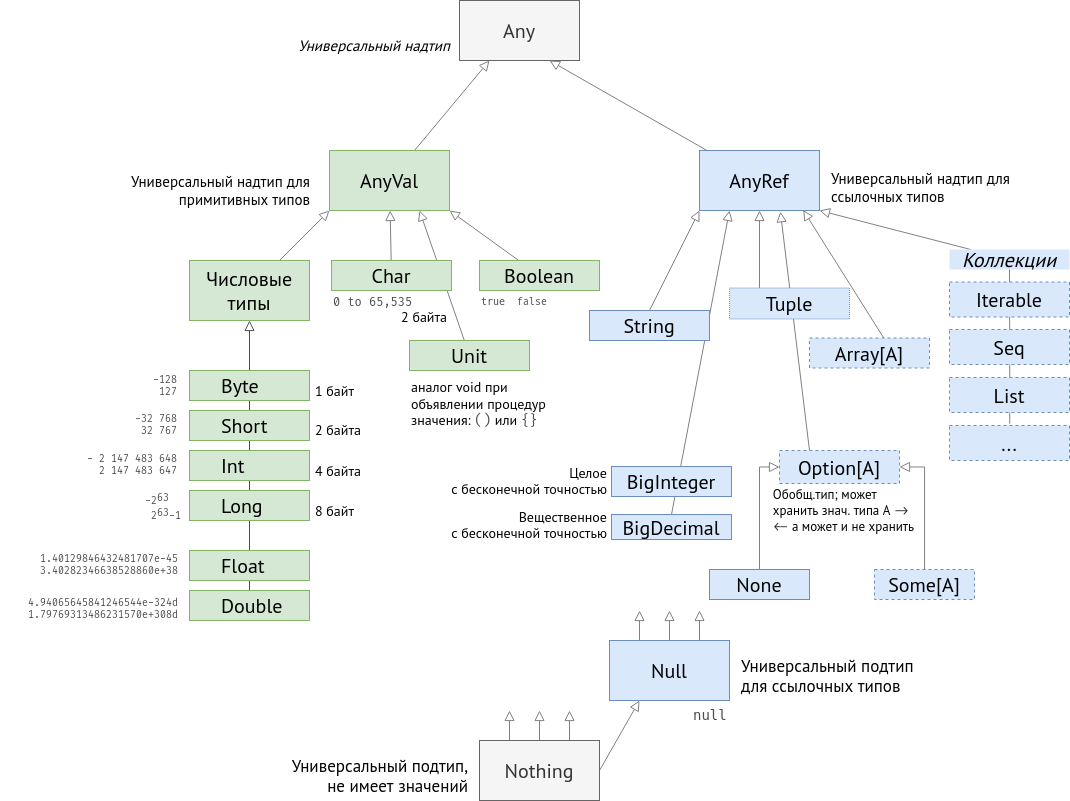
ivtipm/BigDataLanguages keeps this draw.io diagram as scala/ScalaTypes.drawio.png. Above is the earlier version. Source tidied: cells renumbered, new cells last; positions are measured from the earlier drawing's top-left corner, leaving out a move shared by most shapes.
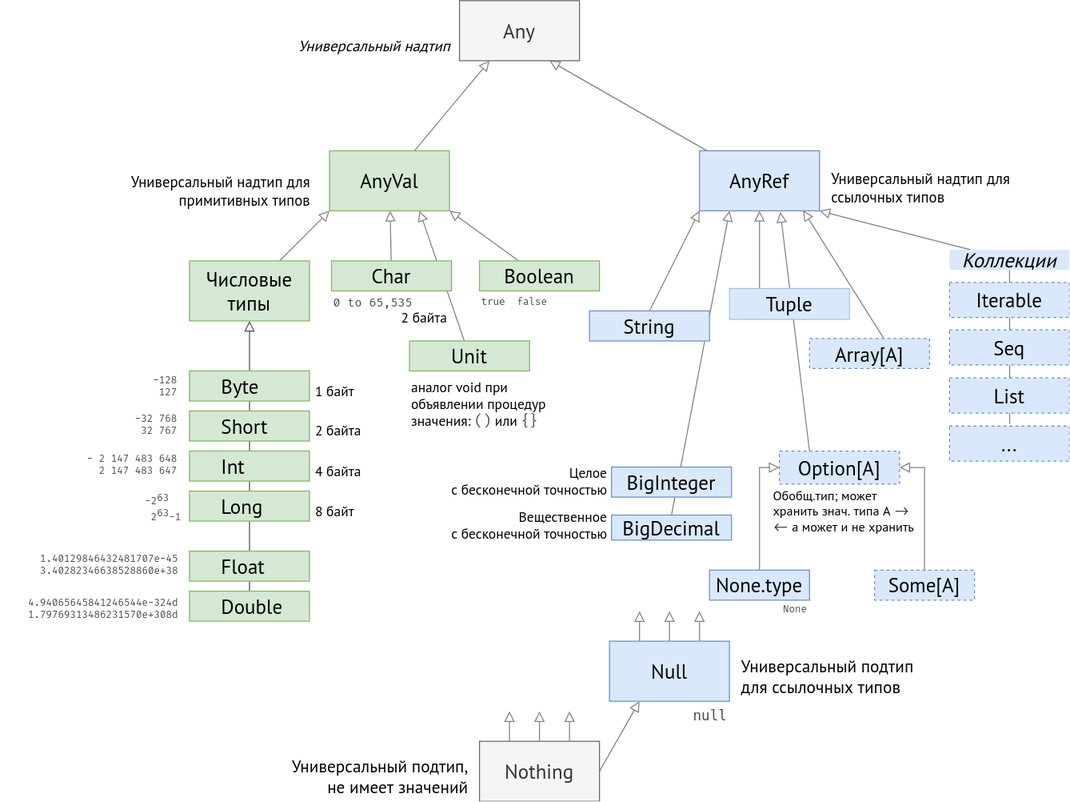
After the change.

Commit message:
scala help: .

Diff of the diagram source:
```diff
@@ -183,7 +183,7 @@
     <mxCell id="57" style="rounded=0;jettySize=auto;html=1;entryX=0;entryY=0.5;entryDx=0;entryDy=0;strokeColor=#808080;endArrow=block;endFill=0;endSize=8;edgeStyle=orthogonalEdgeStyle;" parent="1" edge="1" source="58" target="55">
       <mxGeometry relative="1" as="geometry" />
     </mxCell>
-    <mxCell id="58" value="None" style="whiteSpace=wrap;html=1;strokeColor=#6c8ebf;fontFamily=PT Sans;fontSource=https%3A%2F%2Ffonts.googleapis.com%2Fcss%3Ffamily%3DPT%2BSans;fontSize=20;fillColor=#dae8fc;" parent="1" vertex="1">
+    <mxCell id="58" value="None.type" style="whiteSpace=wrap;html=1;strokeColor=#6c8ebf;fontFamily=PT Sans;fontSource=https%3A%2F%2Ffonts.googleapis.com%2Fcss%3Ffamily%3DPT%2BSans;fontSize=20;fillColor=#dae8fc;" parent="1" vertex="1">
       <mxGeometry x="709" y="569" width="100" height="30" as="geometry" />
     </mxCell>
     <mxCell id="59" style="edgeStyle=orthogonalEdgeStyle;rounded=0;jettySize=auto;html=1;entryX=1;entryY=0.5;entryDx=0;entryDy=0;strokeColor=#808080;endArrow=block;endFill=0;endSize=8;" parent="1" edge="1" source="60" target="55">
@@ -266,5 +266,8 @@
     <mxCell id="82" value="Array[A]" style="whiteSpace=wrap;html=1;strokeColor=#6c8ebf;fontFamily=PT Sans;fontSource=https%3A%2F%2Ffonts.googleapis.com%2Fcss%3Ffamily%3DPT%2BSans;fontSize=20;fillColor=#dae8fc;dashed=1;" parent="1" vertex="1">
       <mxGeometry x="809" y="337.5" width="120" height="30" as="geometry" />
     </mxCell>
+    <mxCell id="83" value="None" style="text;whiteSpace=wrap;html=1;fontSize=10;fontFamily=Fira Code;fontColor=#4D4D4D;align=right;" parent="1" vertex="1">
+      <mxGeometry x="779" y="595" width="30" height="20" as="geometry" />
+    </mxCell>
   </root>
 </mxGraphModel>
```
